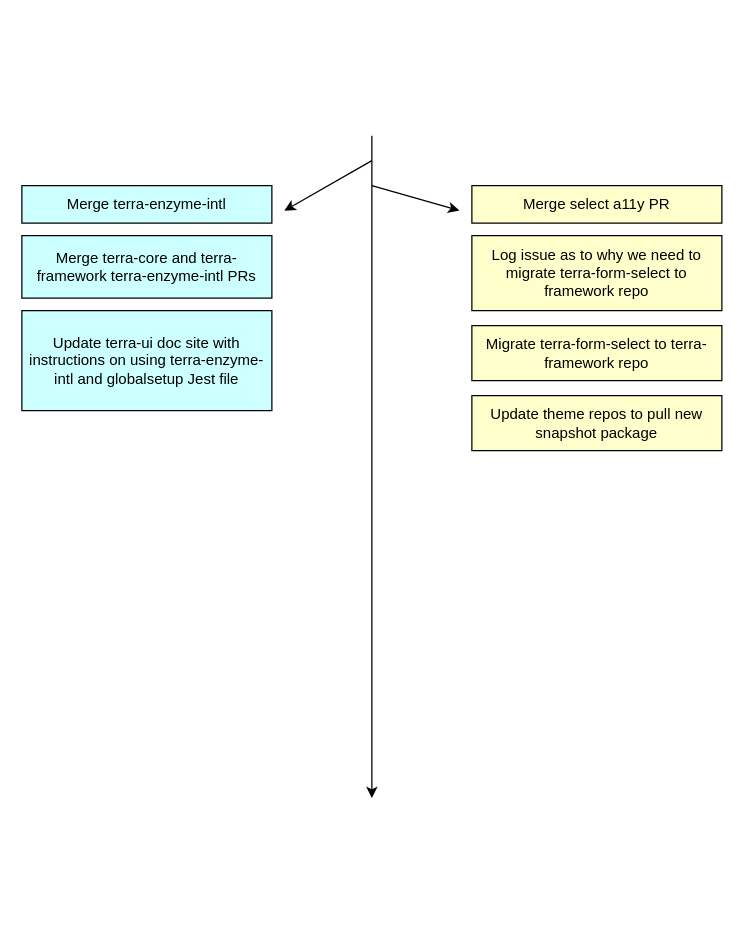
Earlier version of the draw.io diagram Untitled Diagram.drawio (bjankord/Base.css). Source tidied: cells renumbered, new cells numbered last; positions are measured from the earlier drawing's top-left corner, leaving out a move shared by most shapes. Both pictures are drawn from the tidied source at 125%, with x=0, y=0 at pixel (21, 135).
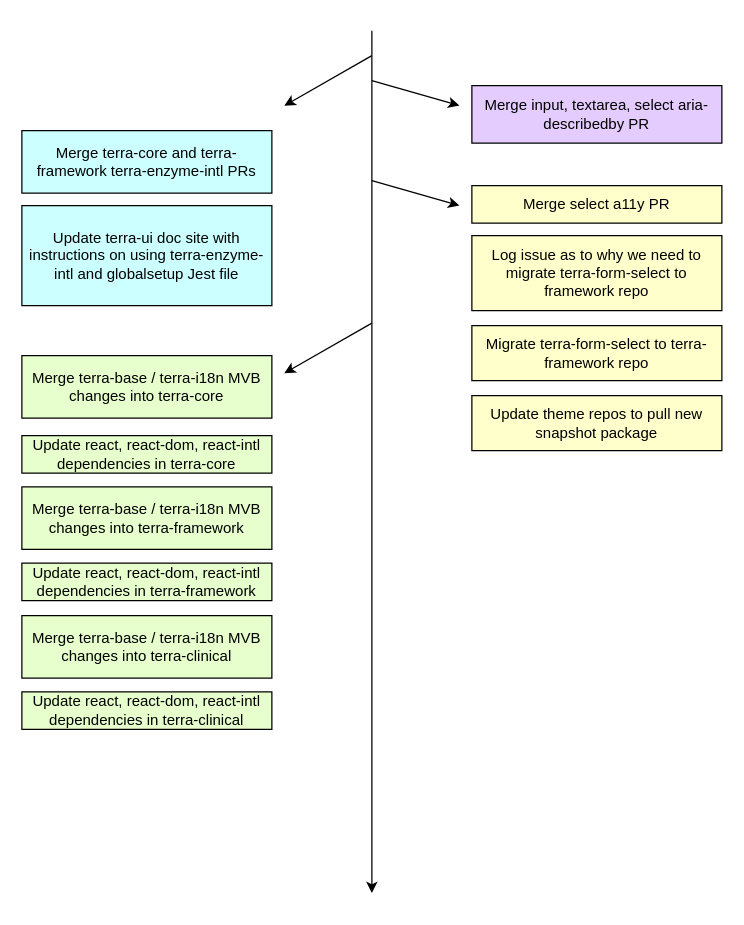
After the change.

Diff of the diagram source:
```diff
@@
     <mxCell id="2" style="endArrow=classic;html=1;" parent="1" edge="1">
       <mxGeometry relative="1" as="geometry">
-        <mxPoint x="280" as="sourcePoint" />
-        <mxPoint x="280" y="530" as="targetPoint" />
+        <mxPoint x="280" y="-84" as="sourcePoint" />
+        <mxPoint x="280" y="606" as="targetPoint" />
       </mxGeometry>
     </mxCell>
     <mxCell id="3" style="endArrow=classic;html=1;" parent="1" edge="1">
       <mxGeometry relative="1" as="geometry">
-        <mxPoint x="280" y="20" as="sourcePoint" />
-        <mxPoint x="210" y="60" as="targetPoint" />
+        <mxPoint x="280" y="-64" as="sourcePoint" />
+        <mxPoint x="210" y="-24" as="targetPoint" />
       </mxGeometry>
     </mxCell>
-    <mxCell id="4" value="Merge terra-enzyme-intl" style="rounded=0;whiteSpace=wrap;html=1;fillColor=#CCFFFF;" parent="1" vertex="1">
-      <mxGeometry y="40" width="200" height="30" as="geometry" />
+    <mxCell id="4" value="Merge terra-base / terra-i18n MVB changes into terra-core" style="rounded=0;whiteSpace=wrap;html=1;fillColor=#E6FFCC;" parent="1" vertex="1">
+      <mxGeometry y="176" width="200" height="50" as="geometry" />
     </mxCell>
     <mxCell id="5" value="&lt;span id=&quot;docs-internal-guid-9a763968-7fff-6fca-603b-f5bd0c2b2e99&quot;&gt;&lt;p dir=&quot;ltr&quot;&gt;&lt;span&gt;Merge terra-core and terra-framework terra-enzyme-intl PRs&lt;/span&gt;&lt;/p&gt;&lt;/span&gt;" style="rounded=0;whiteSpace=wrap;html=1;fillColor=#CCFFFF;" parent="1" vertex="1">
-      <mxGeometry y="80" width="200" height="50" as="geometry" />
+      <mxGeometry y="-4" width="200" height="50" as="geometry" />
     </mxCell>
     <mxCell id="6" value="&lt;span id=&quot;docs-internal-guid-9a763968-7fff-6fca-603b-f5bd0c2b2e99&quot;&gt;&lt;p dir=&quot;ltr&quot;&gt;&lt;/p&gt;&lt;p dir=&quot;ltr&quot;&gt;&lt;span&gt;Update terra-ui doc site with instructions on using terra-enzyme-intl and globalsetup Jest file&lt;/span&gt;&lt;/p&gt;&lt;/span&gt;" style="rounded=0;whiteSpace=wrap;html=1;fillColor=#CCFFFF;" parent="1" vertex="1">
-      <mxGeometry y="140" width="200" height="80" as="geometry" />
+      <mxGeometry y="56" width="200" height="80" as="geometry" />
     </mxCell>
@@
     <mxCell id="10" style="endArrow=classic;html=1;" parent="1" edge="1">
       <mxGeometry relative="1" as="geometry">
-        <mxPoint x="280" y="40" as="sourcePoint" />
-        <mxPoint x="350" y="60" as="targetPoint" />
+        <mxPoint x="280" y="36" as="sourcePoint" />
+        <mxPoint x="350" y="56" as="targetPoint" />
       </mxGeometry>
     </mxCell>
@@
+    <mxCell id="12" style="endArrow=classic;html=1;" parent="1" edge="1">
+      <mxGeometry relative="1" as="geometry">
+        <mxPoint x="280" y="150" as="sourcePoint" />
+        <mxPoint x="210" y="190" as="targetPoint" />
+      </mxGeometry>
+    </mxCell>
+    <mxCell id="13" value="Update react, react-dom, react-intl dependencies in terra-core" style="rounded=0;whiteSpace=wrap;html=1;fillColor=#E6FFCC;" parent="1" vertex="1">
+      <mxGeometry y="240" width="200" height="30" as="geometry" />
+    </mxCell>
+    <mxCell id="14" value="Merge terra-base / terra-i18n MVB changes into terra-framework" style="rounded=0;whiteSpace=wrap;html=1;fillColor=#E6FFCC;" parent="1" vertex="1">
+      <mxGeometry y="281" width="200" height="50" as="geometry" />
+    </mxCell>
+    <mxCell id="15" value="Update react, react-dom, react-intl dependencies in terra-framework" style="rounded=0;whiteSpace=wrap;html=1;fillColor=#E6FFCC;" parent="1" vertex="1">
+      <mxGeometry y="342" width="200" height="30" as="geometry" />
+    </mxCell>
+    <mxCell id="16" value="Merge terra-base / terra-i18n MVB changes into terra-clinical" style="rounded=0;whiteSpace=wrap;html=1;fillColor=#E6FFCC;" parent="1" vertex="1">
+      <mxGeometry y="384" width="200" height="50" as="geometry" />
+    </mxCell>
+    <mxCell id="17" value="Update react, react-dom, react-intl dependencies in terra-clinical&lt;br&gt;" style="rounded=0;whiteSpace=wrap;html=1;fillColor=#E6FFCC;" parent="1" vertex="1">
+      <mxGeometry y="445" width="200" height="30" as="geometry" />
+    </mxCell>
+    <mxCell id="18" value="Merge input, textarea, select aria-describedby PR" style="rounded=0;whiteSpace=wrap;html=1;fillColor=#E5CCFF;" parent="1" vertex="1">
+      <mxGeometry x="360" y="-40" width="200" height="46" as="geometry" />
+    </mxCell>
+    <mxCell id="19" style="endArrow=classic;html=1;" parent="1" edge="1">
+      <mxGeometry relative="1" as="geometry">
+        <mxPoint x="280" y="-44" as="sourcePoint" />
+        <mxPoint x="350" y="-24" as="targetPoint" />
+      </mxGeometry>
+    </mxCell>
```
